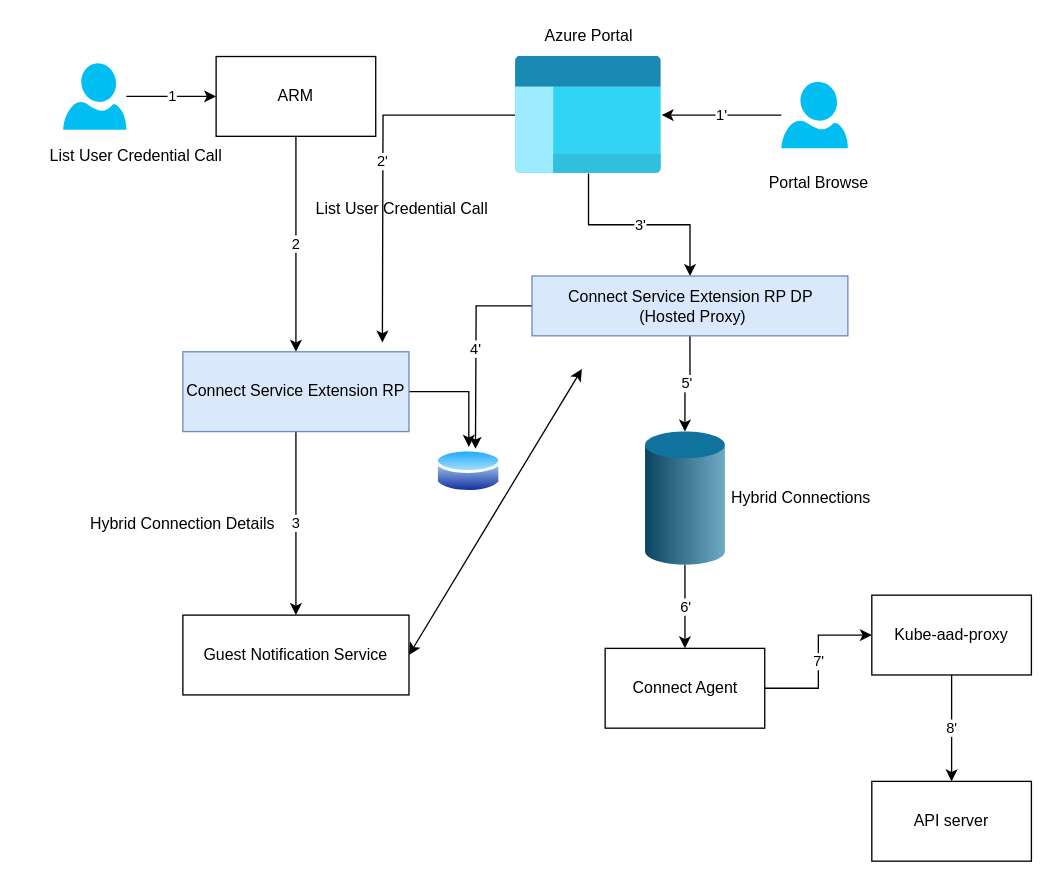
Above: Untitled Diagram.drawio in khandelwalbrijesh/RetentionScript (draw.io), before the change. Source tidied: cells renumbered, new cells numbered last; positions are measured from the earlier drawing's top-left corner, leaving out a move shared by most shapes. Both pictures are drawn from the tidied source at 133%, with x=0, y=0 at pixel (23, 23).
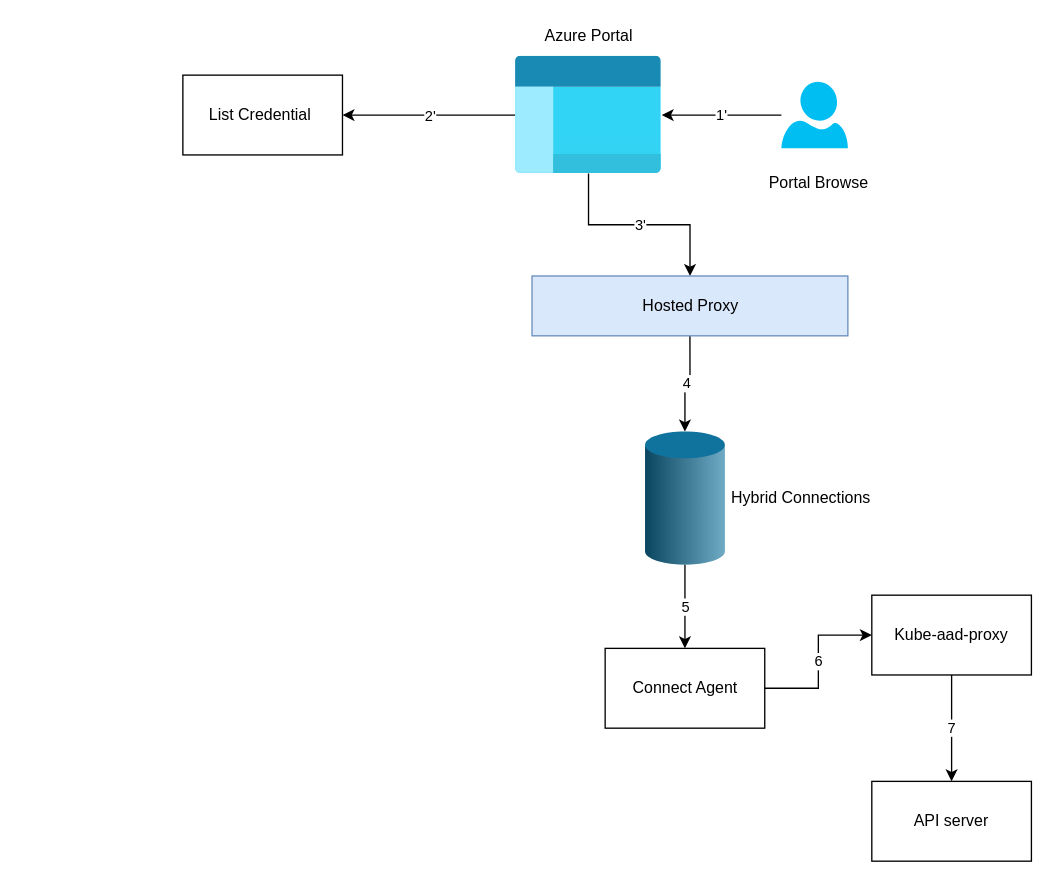
Above is the later version.

Unchanged cells that the change refers to:
```xml
<mxCell id="16" style="html=1;points=[];align=center;image;fontSize=12;image=img/lib/azure2/general/Management_Portal.svg;" parent="1" vertex="1">
  <mxGeometry x="370" y="25" width="110" height="88" as="geometry" />
</mxCell>
<mxCell id="25" style="verticalLabelPosition=bottom;verticalAlign=top;html=1;shape=mxgraph.infographic.cylinder;fillColor=#10739E;strokeColor=none;" parent="1" vertex="1">
  <mxGeometry x="467.5" y="307" width="60" height="100" as="geometry" />
</mxCell>
<mxCell id="28" value="Connect Agent" style="rounded=0;whiteSpace=wrap;html=1;" parent="1" vertex="1">
  <mxGeometry x="437.5" y="470" width="120" height="60" as="geometry" />
</mxCell>
<mxCell id="30" value="Kube-aad-proxy" style="rounded=0;whiteSpace=wrap;html=1;" parent="1" vertex="1">
  <mxGeometry x="638" y="430" width="120" height="60" as="geometry" />
</mxCell>
<mxCell id="31" value="API server" style="rounded=0;whiteSpace=wrap;html=1;" parent="1" vertex="1">
  <mxGeometry x="638" y="570" width="120" height="60" as="geometry" />
</mxCell>
```

Diff of the diagram source:
```diff
@@
-    <mxCell id="2" value="1" style="edgeStyle=orthogonalEdgeStyle;rounded=0;jettySize=auto;html=1;entryX=0;entryY=0.5;entryDx=0;entryDy=0;" parent="1" edge="1" source="3" target="5">
-      <mxGeometry relative="1" as="geometry" />
-    </mxCell>
-    <mxCell id="3" style="verticalLabelPosition=bottom;html=1;verticalAlign=top;align=center;strokeColor=none;fillColor=#00BEF2;shape=mxgraph.azure.user;" parent="1" vertex="1">
-      <mxGeometry x="30" y="30" width="47.5" height="50" as="geometry" />
-    </mxCell>
-    <mxCell id="4" value="2" style="edgeStyle=orthogonalEdgeStyle;rounded=0;jettySize=auto;html=1;exitX=0.5;exitY=1;exitDx=0;exitDy=0;entryX=0.5;entryY=0;entryDx=0;entryDy=0;" parent="1" edge="1" source="5" target="8">
-      <mxGeometry relative="1" as="geometry" />
-    </mxCell>
-    <mxCell id="5" value="ARM" style="rounded=0;whiteSpace=wrap;html=1;" parent="1" vertex="1">
-      <mxGeometry x="145" y="25" width="120" height="60" as="geometry" />
-    </mxCell>
-    <mxCell id="6" style="edgeStyle=orthogonalEdgeStyle;rounded=0;jettySize=auto;html=1;exitX=1;exitY=0.5;exitDx=0;exitDy=0;" parent="1" edge="1" source="8" target="11">
-      <mxGeometry relative="1" as="geometry" />
-    </mxCell>
-    <mxCell id="7" value="3" style="edgeStyle=orthogonalEdgeStyle;rounded=0;jettySize=auto;html=1;exitX=0.5;exitY=1;exitDx=0;exitDy=0;entryX=0.5;entryY=0;entryDx=0;entryDy=0;" parent="1" edge="1" source="8" target="9">
-      <mxGeometry relative="1" as="geometry" />
-    </mxCell>
-    <mxCell id="8" value="Connect Service Extension RP" style="rounded=0;whiteSpace=wrap;html=1;fillColor=#dae8fc;strokeColor=#6c8ebf;" parent="1" vertex="1">
-      <mxGeometry x="120" y="247" width="170" height="60" as="geometry" />
-    </mxCell>
-    <mxCell id="9" value="Guest Notification Service" style="rounded=0;whiteSpace=wrap;html=1;" parent="1" vertex="1">
-      <mxGeometry x="120" y="445" width="170" height="60" as="geometry" />
-    </mxCell>
-    <mxCell id="10" value="Hybrid Connection Details" style="text;html=1;strokeColor=none;fillColor=none;align=center;verticalAlign=middle;whiteSpace=wrap;rounded=0;" parent="1" vertex="1">
-      <mxGeometry x="40" y="367" width="160" height="20" as="geometry" />
-    </mxCell>
-    <mxCell id="11" style="perimeter=ellipsePerimeter;html=1;align=center;shadow=0;dashed=0;spacingTop=3;image;image=img/lib/active_directory/database.svg;" parent="1" vertex="1">
-      <mxGeometry x="310" y="318.5" width="50" height="37" as="geometry" />
-    </mxCell>
-    <mxCell id="12" value="List User Credential Call" style="text;html=1;strokeColor=none;fillColor=none;align=center;verticalAlign=middle;whiteSpace=wrap;rounded=0;" parent="1" vertex="1">
-      <mxGeometry y="90" width="170" height="20" as="geometry" />
-    </mxCell>
@@
     <mxCell id="15" value="2'" style="edgeStyle=orthogonalEdgeStyle;rounded=0;jettySize=auto;html=1;" parent="1" edge="1" source="16">
       <mxGeometry relative="1" as="geometry">
-        <mxPoint x="270" y="240" as="targetPoint" />
+        <mxPoint x="240" y="69" as="targetPoint" />
       </mxGeometry>
     </mxCell>
@@
-    <mxCell id="19" value="List User Credential Call" style="text;html=1;strokeColor=none;fillColor=none;align=center;verticalAlign=middle;whiteSpace=wrap;rounded=0;" parent="1" vertex="1">
-      <mxGeometry x="200" y="130" width="170" height="20" as="geometry" />
-    </mxCell>
@@
-    <mxCell id="21" value="5'" style="edgeStyle=orthogonalEdgeStyle;rounded=0;jettySize=auto;html=1;exitX=0.5;exitY=1;exitDx=0;exitDy=0;entryX=0.5;entryY=0;entryDx=0;entryDy=0;entryPerimeter=0;" parent="1" edge="1" source="23" target="25">
+    <mxCell id="21" value="4" style="edgeStyle=orthogonalEdgeStyle;rounded=0;jettySize=auto;html=1;exitX=0.5;exitY=1;exitDx=0;exitDy=0;entryX=0.5;entryY=0;entryDx=0;entryDy=0;entryPerimeter=0;" parent="1" edge="1" source="23" target="25">
       <mxGeometry relative="1" as="geometry" />
     </mxCell>
-    <mxCell id="22" value="4'" style="edgeStyle=orthogonalEdgeStyle;rounded=0;jettySize=auto;html=1;exitX=0;exitY=0.5;exitDx=0;exitDy=0;" parent="1" edge="1" source="23">
-      <mxGeometry relative="1" as="geometry">
-        <mxPoint x="340" y="320" as="targetPoint" />
-      </mxGeometry>
-    </mxCell>
-    <mxCell id="23" value="Connect Service Extension RP DP&lt;br&gt;&amp;nbsp;(Hosted Proxy)" style="rounded=0;whiteSpace=wrap;html=1;fillColor=#dae8fc;strokeColor=#6c8ebf;" parent="1" vertex="1">
+    <mxCell id="23" value="Hosted Proxy" style="rounded=0;whiteSpace=wrap;html=1;fillColor=#dae8fc;strokeColor=#6c8ebf;" parent="1" vertex="1">
       <mxGeometry x="382.5" y="190" width="237.5" height="45" as="geometry" />
     </mxCell>
-    <mxCell id="24" value="6'" style="edgeStyle=orthogonalEdgeStyle;rounded=0;jettySize=auto;html=1;exitX=0.5;exitY=1;exitDx=0;exitDy=0;exitPerimeter=0;" parent="1" edge="1" source="25" target="28">
+    <mxCell id="24" value="5" style="edgeStyle=orthogonalEdgeStyle;rounded=0;jettySize=auto;html=1;exitX=0.5;exitY=1;exitDx=0;exitDy=0;exitPerimeter=0;" parent="1" edge="1" source="25" target="28">
       <mxGeometry relative="1" as="geometry" />
     </mxCell>
@@
-    <mxCell id="27" value="7'" style="edgeStyle=orthogonalEdgeStyle;rounded=0;jettySize=auto;html=1;" parent="1" edge="1" source="28" target="30">
+    <mxCell id="27" value="6" style="edgeStyle=orthogonalEdgeStyle;rounded=0;jettySize=auto;html=1;" parent="1" edge="1" source="28" target="30">
       <mxGeometry relative="1" as="geometry" />
     </mxCell>
@@
-    <mxCell id="29" value="8'" style="edgeStyle=orthogonalEdgeStyle;rounded=0;jettySize=auto;html=1;" parent="1" edge="1" source="30" target="31">
+    <mxCell id="29" value="7" style="edgeStyle=orthogonalEdgeStyle;rounded=0;jettySize=auto;html=1;" parent="1" edge="1" source="30" target="31">
       <mxGeometry relative="1" as="geometry" />
     </mxCell>
@@
-    <mxCell id="32" style="endArrow=classic;startArrow=classic;html=1;exitX=1;exitY=0.5;exitDx=0;exitDy=0;" parent="1" edge="1" source="9">
-      <mxGeometry relative="1" as="geometry">
-        <mxPoint x="420" y="260" as="targetPoint" />
-      </mxGeometry>
-    </mxCell>
+    <mxCell id="33" value="List Credential&amp;nbsp;" style="rounded=0;whiteSpace=wrap;html=1;" parent="1" vertex="1">
+      <mxGeometry x="120" y="39" width="120" height="60" as="geometry" />
+    </mxCell>
```
